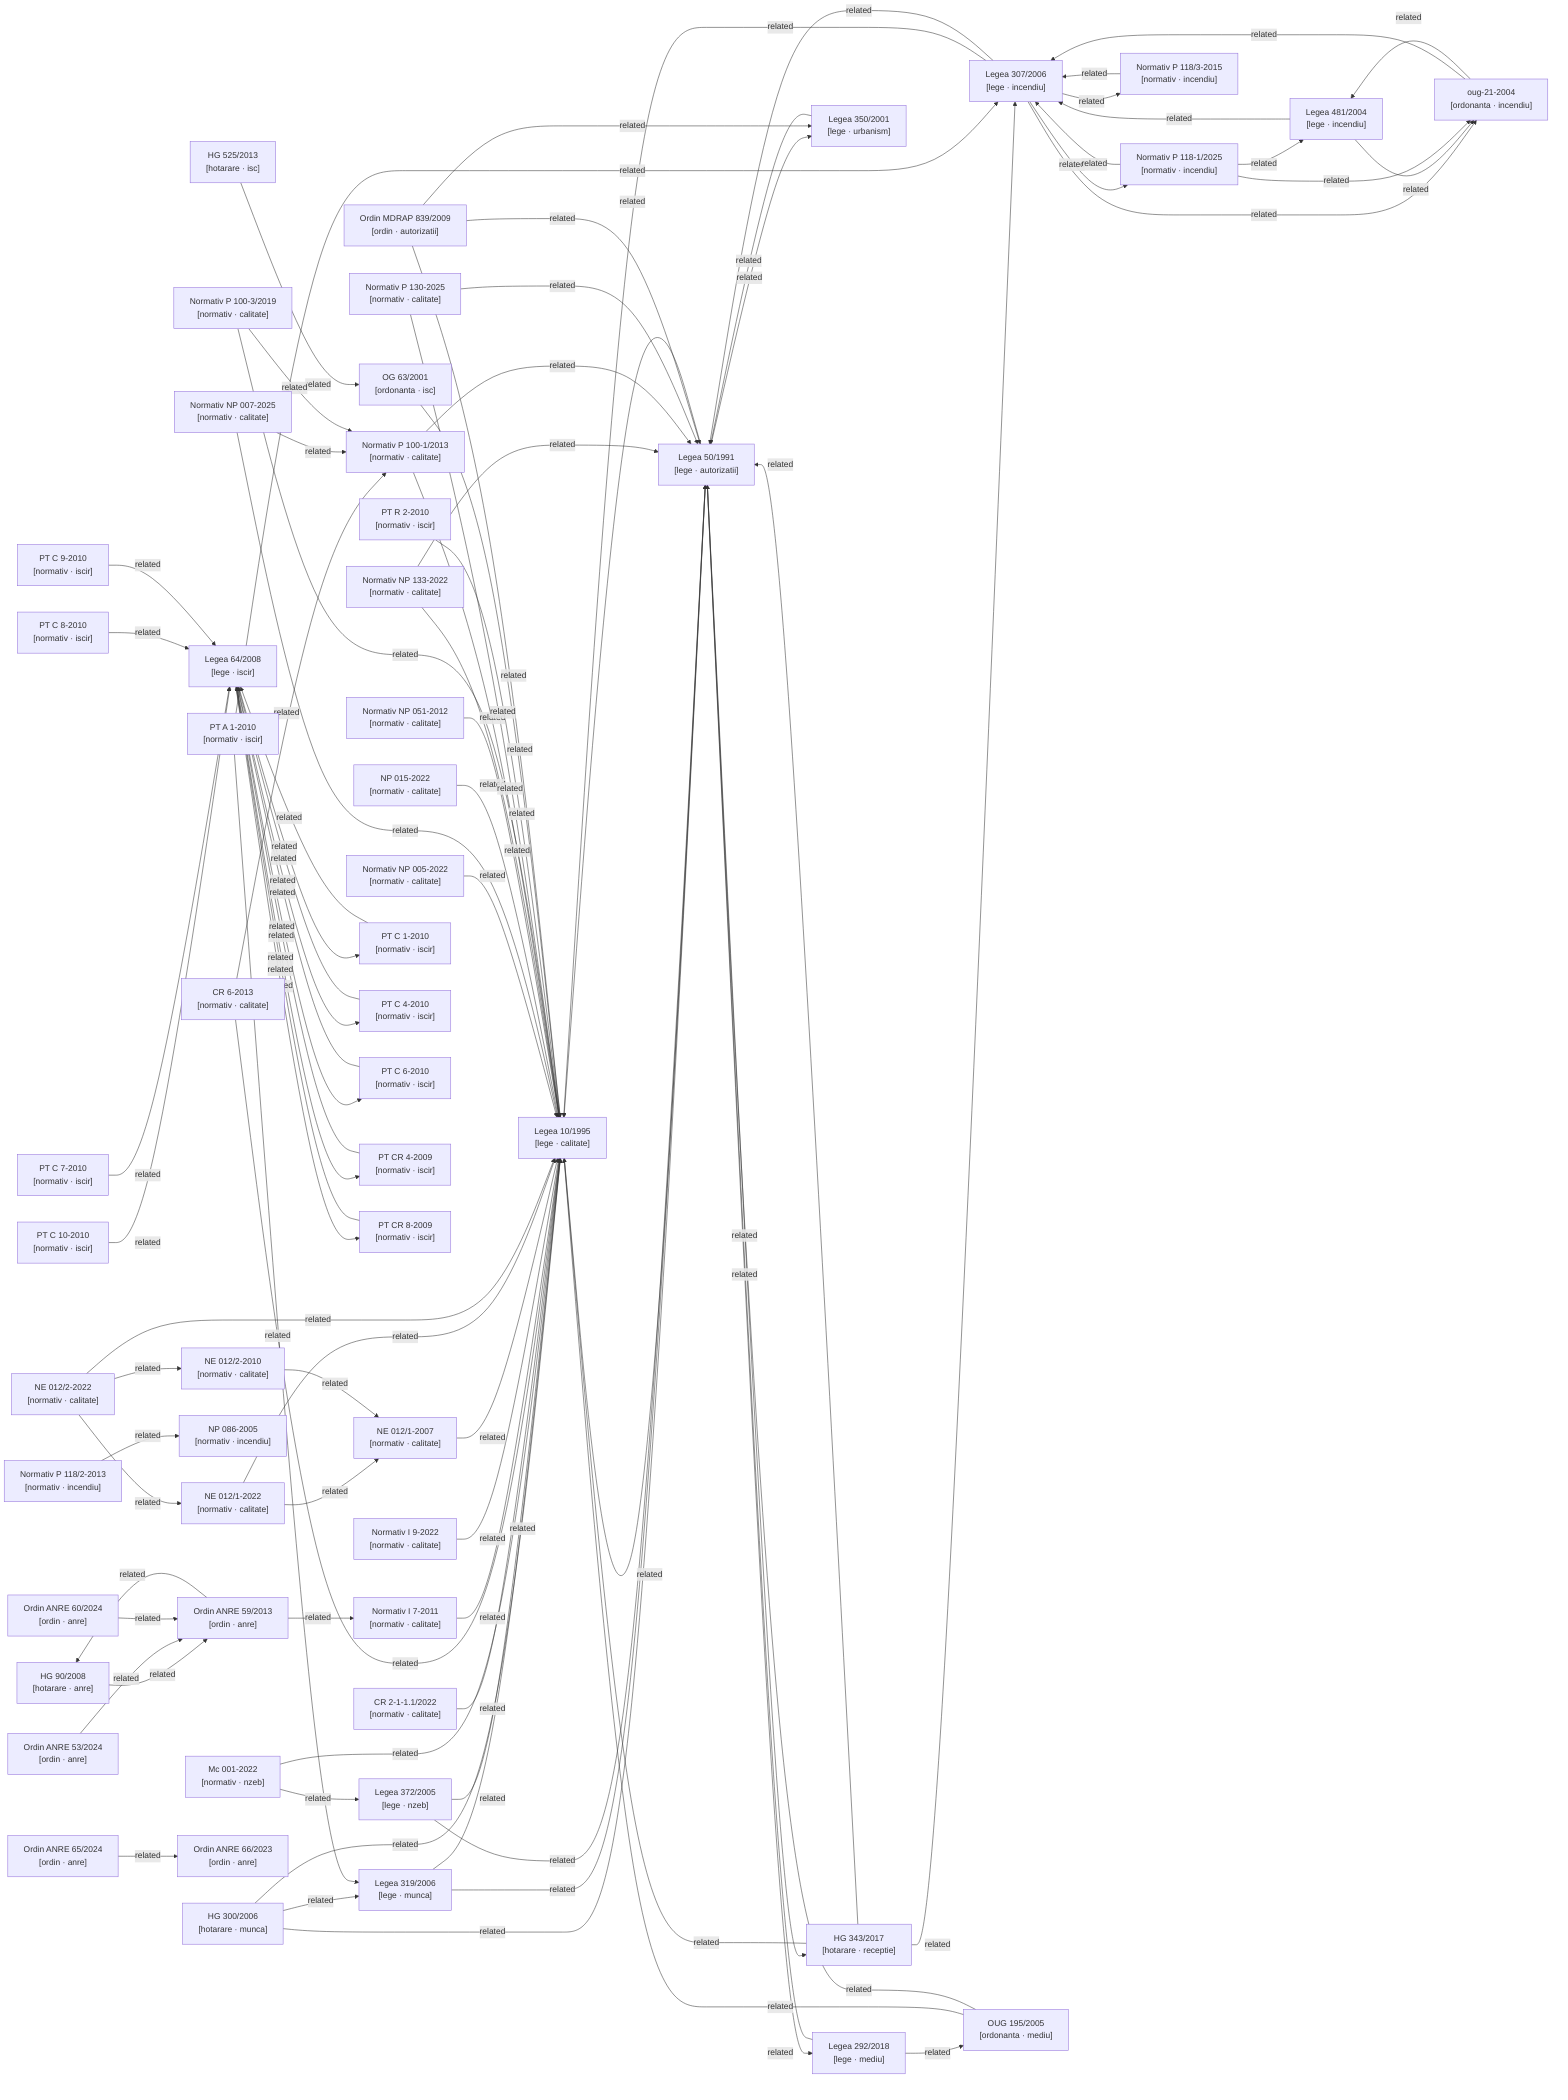
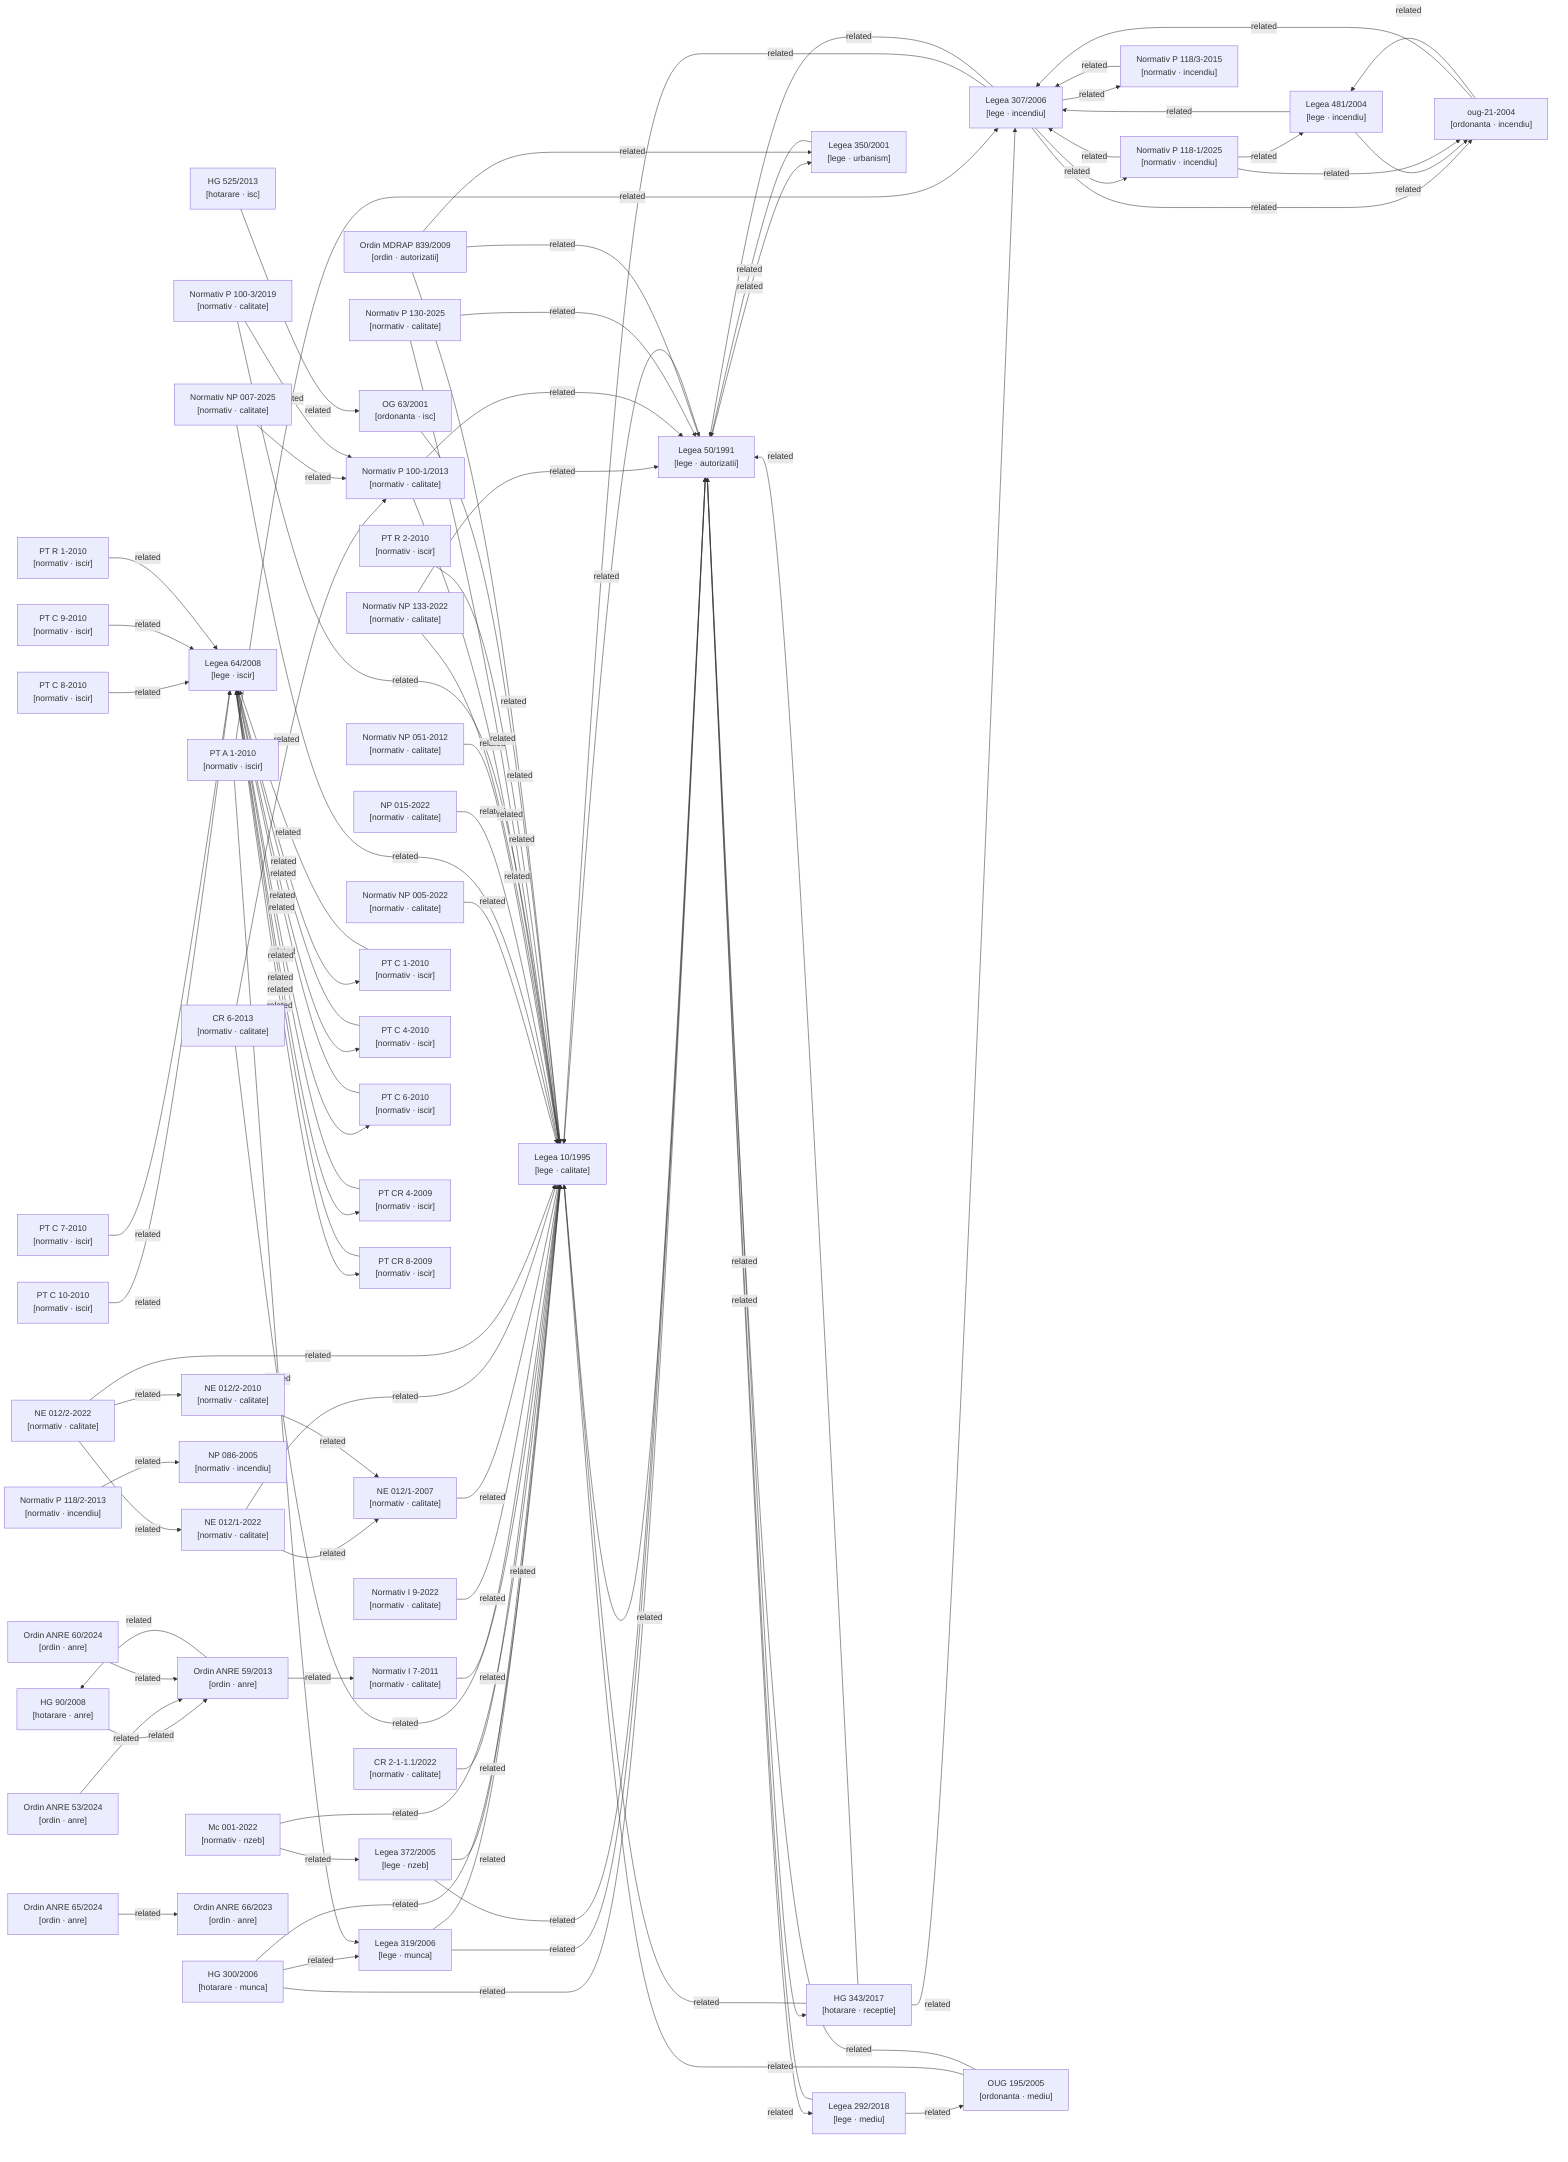
graph LR

  %% Nodes
  hg-300-2006["HG 300/2006\n[hotarare · munca]"]
  hg-343-2017["HG 343/2017\n[hotarare · receptie]"]
  hg-525-2013["HG 525/2013\n[hotarare · isc]"]
  hg-90-2008["HG 90/2008\n[hotarare · anre]"]
  lege-10-1995["Legea 10/1995\n[lege · calitate]"]
  lege-292-2018["Legea 292/2018\n[lege · mediu]"]
  lege-307-2006["Legea 307/2006\n[lege · incendiu]"]
  lege-319-2006["Legea 319/2006\n[lege · munca]"]
  lege-350-2001["Legea 350/2001\n[lege · urbanism]"]
  lege-372-2005["Legea 372/2005\n[lege · nzeb]"]
  lege-481-2004["Legea 481/2004\n[lege · incendiu]"]
  lege-50-1991["Legea 50/1991\n[lege · autorizatii]"]
  lege-64-2008["Legea 64/2008\n[lege · iscir]"]
  metodologie-mc001-2022["Mc 001-2022\n[normativ · nzeb]"]
  normativ-cr2-1-1-1-2022["CR 2-1-1.1/2022\n[normativ · calitate]"]
  normativ-cr6-2013["CR 6-2013\n[normativ · calitate]"]
  normativ-i7-2011["Normativ I 7-2011\n[normativ · calitate]"]
  normativ-i9-2022["Normativ I 9-2022\n[normativ · calitate]"]
  normativ-ne012-1-2007["NE 012/1-2007\n[normativ · calitate]"]
  normativ-ne012-1-2022["NE 012/1-2022\n[normativ · calitate]"]
  normativ-ne012-2-2010["NE 012/2-2010\n[normativ · calitate]"]
  normativ-ne012-2-2022["NE 012/2-2022\n[normativ · calitate]"]
  normativ-np005-2022["Normativ NP 005-2022\n[normativ · calitate]"]
  normativ-np007-2025["Normativ NP 007-2025\n[normativ · calitate]"]
  normativ-np015-2022["NP 015-2022\n[normativ · calitate]"]
  normativ-np051-2012["Normativ NP 051-2012\n[normativ · calitate]"]
  normativ-np086-2005["NP 086-2005\n[normativ · incendiu]"]
  normativ-np133-2022["Normativ NP 133-2022\n[normativ · calitate]"]
  normativ-p100-1-2013["Normativ P 100-1/2013\n[normativ · calitate]"]
  normativ-p100-3-2019["Normativ P 100-3/2019\n[normativ · calitate]"]
  normativ-p118-1-2025["Normativ P 118-1/2025\n[normativ · incendiu]"]
  normativ-p118-2-2013["Normativ P 118/2-2013\n[normativ · incendiu]"]
  normativ-p118-3-2015["Normativ P 118/3-2015\n[normativ · incendiu]"]
  normativ-p130-2025["Normativ P 130-2025\n[normativ · calitate]"]
  normativ-pt-a1-2010["PT A 1-2010\n[normativ · iscir]"]
  normativ-pt-c1-2010["PT C 1-2010\n[normativ · iscir]"]
  normativ-pt-c10-2010["PT C 10-2010\n[normativ · iscir]"]
  normativ-pt-c4-2010["PT C 4-2010\n[normativ · iscir]"]
  normativ-pt-c6-2010["PT C 6-2010\n[normativ · iscir]"]
  normativ-pt-c7-2010["PT C 7-2010\n[normativ · iscir]"]
  normativ-pt-c8-2010["PT C 8-2010\n[normativ · iscir]"]
  normativ-pt-c9-2010["PT C 9-2010\n[normativ · iscir]"]
  normativ-pt-cr4-2009["PT CR 4-2009\n[normativ · iscir]"]
  normativ-pt-cr8-2009["PT CR 8-2009\n[normativ · iscir]"]
+   normativ-pt-r1-2010["PT R 1-2010\n[normativ · iscir]"]
  normativ-pt-r2-2010["PT R 2-2010\n[normativ · iscir]"]
  og-63-2001["OG 63/2001\n[ordonanta · isc]"]
  ordin-839-2009["Ordin MDRAP 839/2009\n[ordin · autorizatii]"]
  ordin-anre-53-2024["Ordin ANRE 53/2024\n[ordin · anre]"]
  ordin-anre-59-2013["Ordin ANRE 59/2013\n[ordin · anre]"]
  ordin-anre-60-2024["Ordin ANRE 60/2024\n[ordin · anre]"]
  ordin-anre-65-2024["Ordin ANRE 65/2024\n[ordin · anre]"]
  ordin-anre-66-2023["Ordin ANRE 66/2023\n[ordin · anre]"]
  oug-195-2005["OUG 195/2005\n[ordonanta · mediu]"]
  oug-21-2004["oug-21-2004\n[ordonanta · incendiu]"]

  %% Confirmed relationships (from metadata related_acts)
  hg-300-2006 -->|related| lege-10-1995
  hg-300-2006 -->|related| lege-319-2006
  hg-300-2006 -->|related| lege-50-1991
  hg-343-2017 -->|related| lege-10-1995
  hg-343-2017 -->|related| lege-307-2006
  hg-343-2017 -->|related| lege-50-1991
  hg-525-2013 -->|related| og-63-2001
  hg-90-2008 -->|related| ordin-anre-59-2013
  lege-10-1995 -->|related| lege-50-1991
  lege-292-2018 -->|related| lege-50-1991
  lege-292-2018 -->|related| oug-195-2005
  lege-307-2006 -->|related| lege-10-1995
  lege-307-2006 -->|related| lege-50-1991
  lege-307-2006 -->|related| normativ-p118-1-2025
  lege-307-2006 -->|related| normativ-p118-3-2015
  lege-307-2006 -->|related| oug-21-2004
  lege-319-2006 -->|related| lege-10-1995
  lege-319-2006 -->|related| lege-50-1991
  lege-350-2001 -->|related| lege-50-1991
  lege-372-2005 -->|related| lege-10-1995
  lege-372-2005 -->|related| lege-50-1991
  lege-481-2004 -->|related| lege-307-2006
  lege-481-2004 -->|related| oug-21-2004
  lege-50-1991 -->|related| hg-343-2017
  lege-50-1991 -->|related| lege-10-1995
  lege-50-1991 -->|related| lege-292-2018
  lege-50-1991 -->|related| lege-350-2001
  lege-64-2008 -->|related| normativ-pt-c1-2010
  lege-64-2008 -->|related| normativ-pt-c4-2010
  lege-64-2008 -->|related| normativ-pt-c6-2010
  lege-64-2008 -->|related| normativ-pt-cr4-2009
  lege-64-2008 -->|related| normativ-pt-cr8-2009
  metodologie-mc001-2022 -->|related| lege-10-1995
  metodologie-mc001-2022 -->|related| lege-372-2005
  normativ-cr2-1-1-1-2022 -->|related| lege-10-1995
  normativ-cr6-2013 -->|related| lege-10-1995
  normativ-cr6-2013 -->|related| normativ-p100-1-2013
  normativ-i7-2011 -->|related| lege-10-1995
  normativ-i9-2022 -->|related| lege-10-1995
  normativ-ne012-1-2007 -->|related| lege-10-1995
  normativ-ne012-1-2022 -->|related| lege-10-1995
  normativ-ne012-1-2022 -->|related| normativ-ne012-1-2007
  normativ-ne012-2-2010 -->|related| normativ-ne012-1-2007
  normativ-ne012-2-2022 -->|related| lege-10-1995
  normativ-ne012-2-2022 -->|related| normativ-ne012-1-2022
  normativ-ne012-2-2022 -->|related| normativ-ne012-2-2010
  normativ-np005-2022 -->|related| lege-10-1995
  normativ-np007-2025 -->|related| lege-10-1995
  normativ-np007-2025 -->|related| normativ-p100-1-2013
  normativ-np015-2022 -->|related| lege-10-1995
  normativ-np051-2012 -->|related| lege-10-1995
  normativ-np133-2022 -->|related| lege-10-1995
  normativ-np133-2022 -->|related| lege-50-1991
  normativ-p100-1-2013 -->|related| lege-10-1995
  normativ-p100-1-2013 -->|related| lege-50-1991
  normativ-p100-3-2019 -->|related| lege-10-1995
  normativ-p100-3-2019 -->|related| normativ-p100-1-2013
  normativ-p118-1-2025 -->|related| lege-307-2006
  normativ-p118-1-2025 -->|related| lege-481-2004
  normativ-p118-1-2025 -->|related| oug-21-2004
  normativ-p118-2-2013 -->|related| normativ-np086-2005
  normativ-p118-3-2015 -->|related| lege-307-2006
  normativ-p130-2025 -->|related| lege-10-1995
  normativ-p130-2025 -->|related| lege-50-1991
  normativ-pt-a1-2010 -->|related| lege-307-2006
  normativ-pt-a1-2010 -->|related| lege-319-2006
  normativ-pt-c1-2010 -->|related| lege-64-2008
  normativ-pt-c10-2010 -->|related| lege-64-2008
  normativ-pt-c4-2010 -->|related| lege-64-2008
  normativ-pt-c6-2010 -->|related| lege-64-2008
  normativ-pt-c7-2010 -->|related| lege-64-2008
  normativ-pt-c8-2010 -->|related| lege-64-2008
  normativ-pt-c9-2010 -->|related| lege-64-2008
  normativ-pt-cr4-2009 -->|related| lege-64-2008
  normativ-pt-cr8-2009 -->|related| lege-64-2008
+   normativ-pt-r1-2010 -->|related| lege-64-2008
  normativ-pt-r2-2010 -->|related| lege-10-1995
  og-63-2001 -->|related| lege-10-1995
  ordin-839-2009 -->|related| lege-10-1995
  ordin-839-2009 -->|related| lege-350-2001
  ordin-839-2009 -->|related| lege-50-1991
  ordin-anre-53-2024 -->|related| ordin-anre-59-2013
  ordin-anre-59-2013 -->|related| hg-90-2008
  ordin-anre-59-2013 -->|related| normativ-i7-2011
  ordin-anre-60-2024 -->|related| ordin-anre-59-2013
  ordin-anre-65-2024 -->|related| ordin-anre-66-2023
  oug-195-2005 -->|related| lege-10-1995
  oug-195-2005 -->|related| lege-50-1991
  oug-21-2004 -->|related| lege-307-2006
  oug-21-2004 -->|related| lege-481-2004

  %% Auto-detected relationships (needs_review)
